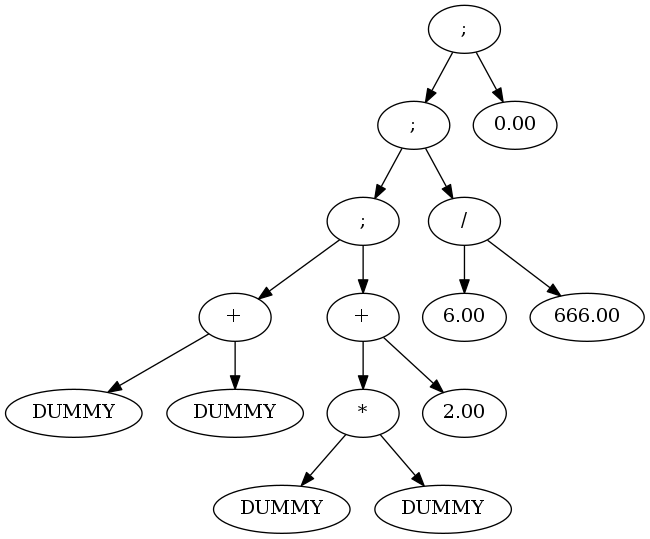
Above: Assignment_2/file.png in 1403753/POP (Graphviz), before the change. Its source is kept beside it as Assignment_2/file.dot. The source it was exported from:
```dot
digraph tree {
 1 [label=";"];
 1 -> 2;
 2 [label=";"];
 2 -> 4;
 4 [label=";"];
 4 -> 8;
 8 [label="+"];
 8 -> 16;
 16 [label="DUMMY"];
 8 -> 17;
 17 [label="DUMMY"];
 4 -> 9;
 9 [label="+"];
 9 -> 18;
 18 [label="*"];
 18 -> 36;
 36 [label="DUMMY"];
 18 -> 37;
 37 [label="DUMMY"];
 9 -> 19;
 19 [label="2.00"];
 2 -> 5;
 5 [label="/"];
 5 -> 10;
 10 [label="6.00"];
 5 -> 11;
 11 [label="666.00"];
 1 -> 3;
 3 [label="0.00"];
}
```
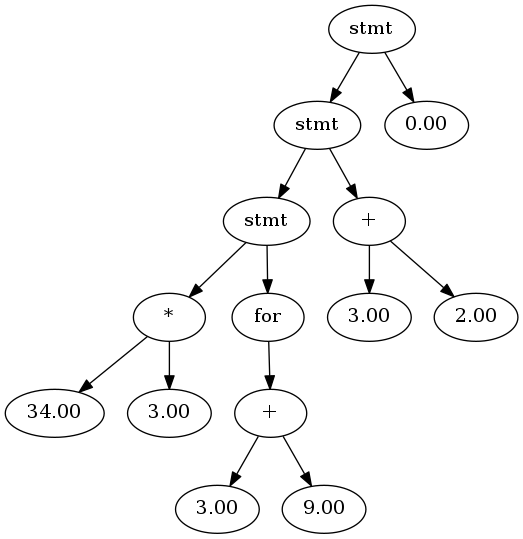
Above is the later version.

Change to the diagram source:
```diff
@@ -1,31 +1,29 @@
 digraph tree {
- 1 [label=";"];
+ 1 [label="stmt"];
  1 -> 2;
- 2 [label=";"];
+ 2 [label="stmt"];
  2 -> 4;
- 4 [label=";"];
+ 4 [label="stmt"];
  4 -> 8;
- 8 [label="+"];
+ 8 [label="*"];
  8 -> 16;
- 16 [label="DUMMY"];
+ 16 [label="34.00"];
  8 -> 17;
- 17 [label="DUMMY"];
+ 17 [label="3.00"];
  4 -> 9;
- 9 [label="+"];
+ 9 [label="for"];
  9 -> 18;
- 18 [label="*"];
+ 18 [label="+"];
  18 -> 36;
- 36 [label="DUMMY"];
+ 36 [label="3.00"];
  18 -> 37;
- 37 [label="DUMMY"];
- 9 -> 19;
- 19 [label="2.00"];
+ 37 [label="9.00"];
  2 -> 5;
- 5 [label="/"];
+ 5 [label="+"];
  5 -> 10;
- 10 [label="6.00"];
+ 10 [label="3.00"];
  5 -> 11;
- 11 [label="666.00"];
+ 11 [label="2.00"];
  1 -> 3;
  3 [label="0.00"];
 }
```
